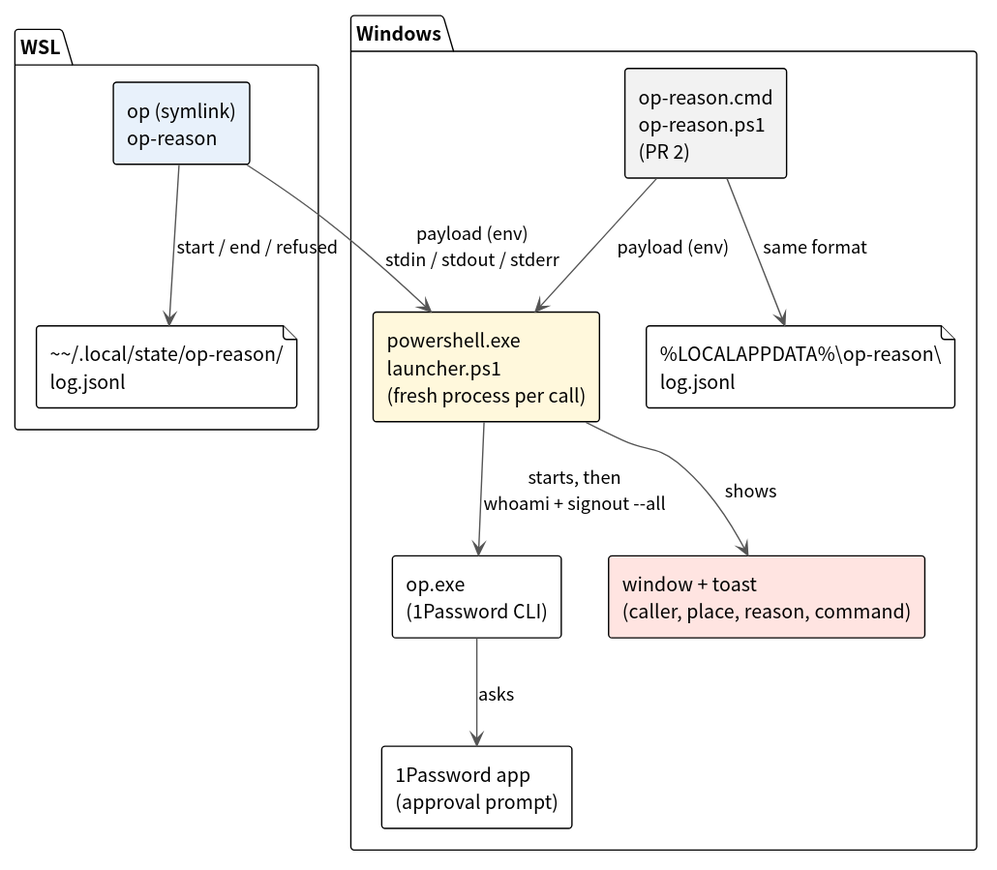
Above: docs/architecture/plantuml/out/01_overview.svg in pollenjp/op-reason (PlantUML), before the change. Its diagram source:
```plantuml
@startuml
!theme plain
skinparam defaultFontName "Noto Sans CJK JP"
skinparam ArrowColor #555555
skinparam componentStyle rectangle

package "WSL" {
  component "op (symlink)\nop-reason" as WSLBIN #E8F1FB
  file "~~/.local/state/op-reason/\nlog.jsonl" as WSLLOG
}
package "Windows" {
  component "op-reason.cmd\nop-reason.ps1\n(PR 2)" as WINENTRY #F2F2F2
  component "powershell.exe\nlauncher.ps1\n(fresh process per call)" as LAUNCHER #FFF8DC
  component "op.exe\n(1Password CLI)" as OPEXE
  component "1Password app\n(approval prompt)" as APP
  component "window + toast\n(caller, place, reason, command)" as WIN #FFE4E1
  file "%LOCALAPPDATA%\\op-reason\\\nlog.jsonl" as WINLOG
}

WSLBIN --> LAUNCHER : payload (env)\nstdin / stdout / stderr
WINENTRY --> LAUNCHER : payload (env)
LAUNCHER --> WIN : shows
LAUNCHER --> OPEXE : starts, then\nwhoami + signout --all
OPEXE --> APP : asks
WSLBIN --> WSLLOG : start / end / refused
WINENTRY --> WINLOG : same format
@enduml
```
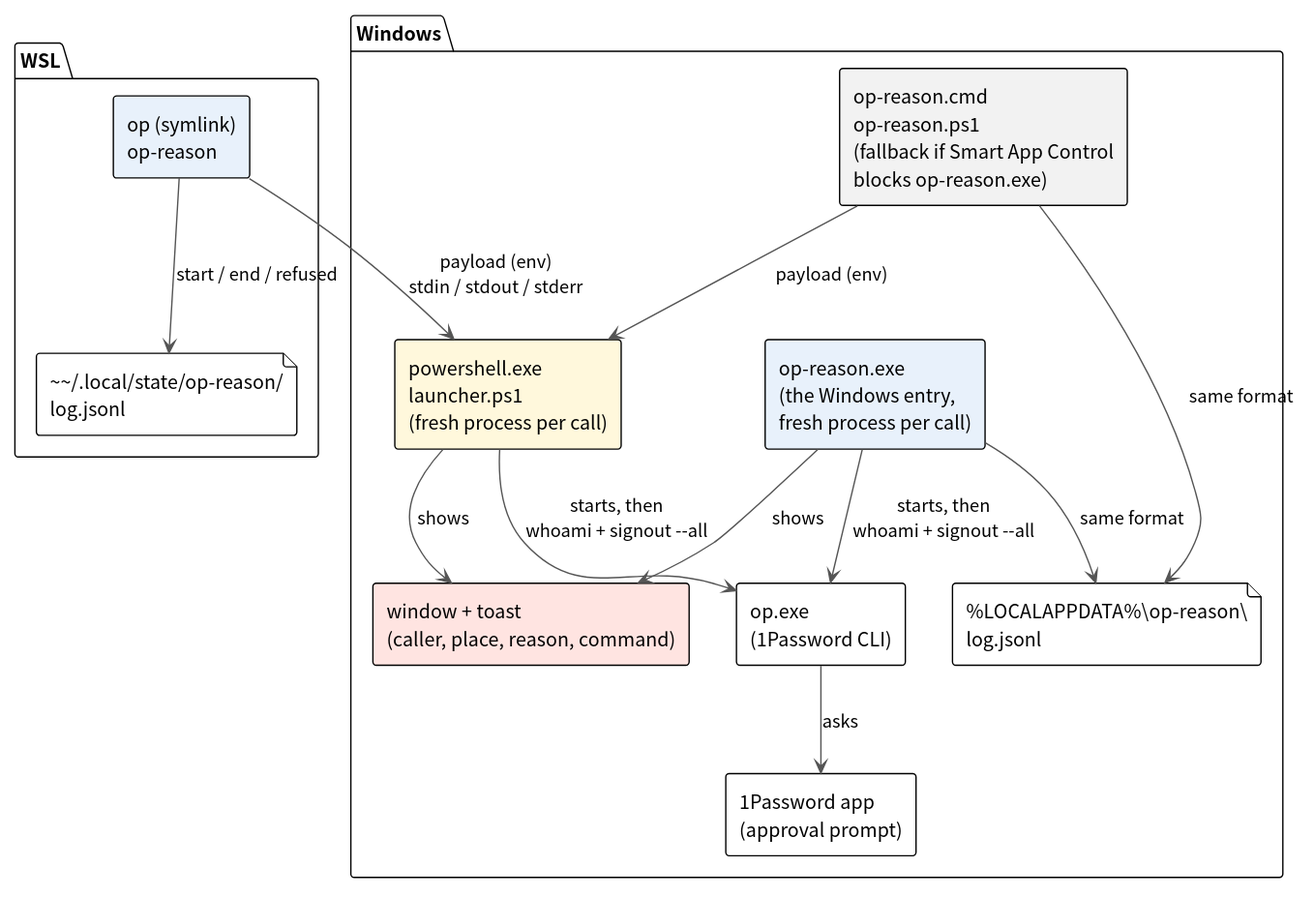
After the change.

Commit message:
docs: make op-reason.exe the Windows entry, with the PowerShell entry as fallback

The edit, as a diff of the source:
```diff
@@ -9,7 +9,8 @@
   file "~~/.local/state/op-reason/\nlog.jsonl" as WSLLOG
 }
 package "Windows" {
-  component "op-reason.cmd\nop-reason.ps1\n(PR 2)" as WINENTRY #F2F2F2
+  component "op-reason.exe\n(the Windows entry,\nfresh process per call)" as WINEXE #E8F1FB
+  component "op-reason.cmd\nop-reason.ps1\n(fallback if Smart App Control\nblocks op-reason.exe)" as WINENTRY #F2F2F2
   component "powershell.exe\nlauncher.ps1\n(fresh process per call)" as LAUNCHER #FFF8DC
   component "op.exe\n(1Password CLI)" as OPEXE
   component "1Password app\n(approval prompt)" as APP
@@ -21,7 +22,10 @@
 WINENTRY --> LAUNCHER : payload (env)
 LAUNCHER --> WIN : shows
 LAUNCHER --> OPEXE : starts, then\nwhoami + signout --all
+WINEXE --> WIN : shows
+WINEXE --> OPEXE : starts, then\nwhoami + signout --all
 OPEXE --> APP : asks
 WSLBIN --> WSLLOG : start / end / refused
+WINEXE --> WINLOG : same format
 WINENTRY --> WINLOG : same format
 @enduml
```
